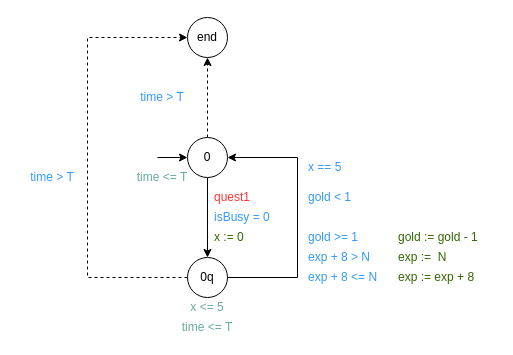
Reynault/Model_Checking keeps this draw.io diagram as doc/img/simple_model_pta_quest_1.drawio. Above is the earlier version. Source tidied: cells renumbered, new cells numbered last; positions are measured from the earlier drawing's top-left corner, leaving out a move shared by most shapes. Both pictures are drawn from the tidied source at 100%, with x=0, y=0 at pixel (17, 17).
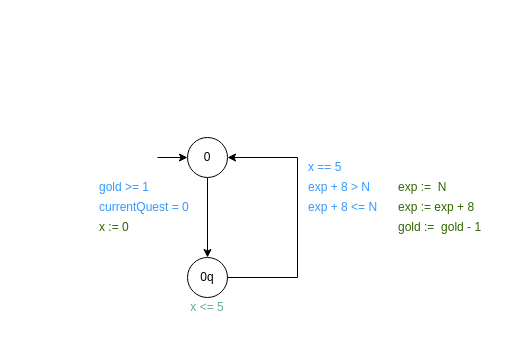
Above is the later version.

Unchanged cells that the change refers to:
```xml
<mxCell id="4" value="0" style="ellipse;whiteSpace=wrap;html=1;" parent="1" vertex="1">
  <mxGeometry x="170" y="120" width="40" height="40" as="geometry" />
</mxCell>
<mxCell id="9" value="0q" style="ellipse;whiteSpace=wrap;html=1;" parent="1" vertex="1">
  <mxGeometry x="170" y="240" width="40" height="40" as="geometry" />
</mxCell>
```

Change to the diagram source:
```diff
@@
-    <mxCell id="3" style="edgeStyle=orthogonalEdgeStyle;rounded=0;jettySize=auto;html=1;entryX=0.5;entryY=1;entryDx=0;entryDy=0;dashed=1;" parent="1" edge="1" source="4" target="6">
-      <mxGeometry relative="1" as="geometry" />
-    </mxCell>
@@
-    <mxCell id="6" value="end" style="ellipse;whiteSpace=wrap;html=1;" parent="1" vertex="1">
-      <mxGeometry x="170" width="40" height="40" as="geometry" />
-    </mxCell>
-    <mxCell id="7" value="time &amp;lt;= T" style="text;html=1;strokeColor=none;fillColor=none;align=center;verticalAlign=middle;whiteSpace=wrap;rounded=0;fontColor=#67AB9F;" parent="1" vertex="1">
-      <mxGeometry x="110" y="150" width="70" height="20" as="geometry" />
-    </mxCell>
-    <mxCell id="8" style="edgeStyle=orthogonalEdgeStyle;rounded=0;jettySize=auto;html=1;dashed=1;" parent="1" edge="1" source="9" target="6">
-      <mxGeometry relative="1" as="geometry">
-        <Array as="points">
-          <mxPoint x="70" y="260" />
-          <mxPoint x="70" y="20" />
-        </Array>
-      </mxGeometry>
-    </mxCell>
@@
     <mxCell id="11" value="x := 0" style="text;html=1;strokeColor=none;fillColor=none;align=left;verticalAlign=middle;whiteSpace=wrap;rounded=0;labelBackgroundColor=none;fontColor=#336600;" parent="1" vertex="1">
-      <mxGeometry x="195" y="210" width="60" height="20" as="geometry" />
+      <mxGeometry x="80" y="200" width="60" height="20" as="geometry" />
     </mxCell>
@@
-    <mxCell id="13" value="time &amp;gt; T" style="text;html=1;strokeColor=none;fillColor=none;align=center;verticalAlign=middle;whiteSpace=wrap;rounded=0;fontColor=#3399FF;" parent="1" vertex="1">
-      <mxGeometry y="150" width="70" height="20" as="geometry" />
-    </mxCell>
-    <mxCell id="14" value="time &amp;lt;= T" style="text;html=1;strokeColor=none;fillColor=none;align=center;verticalAlign=middle;whiteSpace=wrap;rounded=0;fontColor=#67AB9F;" parent="1" vertex="1">
-      <mxGeometry x="155" y="300" width="70" height="20" as="geometry" />
-    </mxCell>
-    <mxCell id="15" value="time &amp;gt; T" style="text;html=1;strokeColor=none;fillColor=none;align=center;verticalAlign=middle;whiteSpace=wrap;rounded=0;fontColor=#3399FF;" parent="1" vertex="1">
-      <mxGeometry x="110" y="70" width="70" height="20" as="geometry" />
-    </mxCell>
@@
-    <mxCell id="17" value="gold := gold - 1" style="text;html=1;strokeColor=none;fillColor=none;align=left;verticalAlign=middle;whiteSpace=wrap;rounded=0;fontColor=#336600;" parent="1" vertex="1">
-      <mxGeometry x="379" y="210" width="100" height="20" as="geometry" />
-    </mxCell>
     <mxCell id="18" value="&lt;font color=&quot;#3399ff&quot;&gt;gold &amp;gt;= 1&lt;/font&gt;" style="text;html=1;strokeColor=none;fillColor=none;align=left;verticalAlign=middle;whiteSpace=wrap;rounded=0;fontColor=#336600;" parent="1" vertex="1">
-      <mxGeometry x="289" y="210" width="60" height="20" as="geometry" />
+      <mxGeometry x="80" y="160" width="60" height="20" as="geometry" />
     </mxCell>
-    <mxCell id="19" value="&lt;font color=&quot;#3399ff&quot;&gt;gold &amp;lt; 1&lt;/font&gt;" style="text;html=1;strokeColor=none;fillColor=none;align=left;verticalAlign=middle;whiteSpace=wrap;rounded=0;fontColor=#336600;" parent="1" vertex="1">
-      <mxGeometry x="289" y="170" width="60" height="20" as="geometry" />
-    </mxCell>
     <mxCell id="20" value="exp := exp + 8" style="text;html=1;strokeColor=none;fillColor=none;align=left;verticalAlign=middle;whiteSpace=wrap;rounded=0;fontColor=#336600;" parent="1" vertex="1">
-      <mxGeometry x="379" y="250" width="100" height="20" as="geometry" />
+      <mxGeometry x="379" y="180" width="100" height="20" as="geometry" />
     </mxCell>
     <mxCell id="21" value="&lt;font color=&quot;#3399ff&quot;&gt;exp + 8 &amp;lt;= N&lt;/font&gt;" style="text;html=1;strokeColor=none;fillColor=none;align=left;verticalAlign=middle;whiteSpace=wrap;rounded=0;fontColor=#336600;" parent="1" vertex="1">
-      <mxGeometry x="289" y="250" width="80" height="20" as="geometry" />
+      <mxGeometry x="289" y="180" width="80" height="20" as="geometry" />
     </mxCell>
     <mxCell id="22" value="exp :=&amp;nbsp; N" style="text;html=1;strokeColor=none;fillColor=none;align=left;verticalAlign=middle;whiteSpace=wrap;rounded=0;fontColor=#336600;" parent="1" vertex="1">
-      <mxGeometry x="379" y="230" width="100" height="20" as="geometry" />
+      <mxGeometry x="379" y="160" width="100" height="20" as="geometry" />
     </mxCell>
     <mxCell id="23" value="&lt;font color=&quot;#3399ff&quot;&gt;exp + 8 &amp;gt; N&lt;/font&gt;" style="text;html=1;strokeColor=none;fillColor=none;align=left;verticalAlign=middle;whiteSpace=wrap;rounded=0;fontColor=#336600;" parent="1" vertex="1">
-      <mxGeometry x="289" y="230" width="70" height="20" as="geometry" />
+      <mxGeometry x="289" y="160" width="70" height="20" as="geometry" />
     </mxCell>
-    <mxCell id="24" value="quest1" style="text;html=1;strokeColor=none;fillColor=none;align=center;verticalAlign=middle;whiteSpace=wrap;rounded=0;fontColor=#FF3333;" parent="1" vertex="1">
-      <mxGeometry x="195" y="170" width="40" height="20" as="geometry" />
-    </mxCell>
-    <mxCell id="25" value="isBusy = 0" style="text;html=1;strokeColor=none;fillColor=none;align=left;verticalAlign=middle;whiteSpace=wrap;rounded=0;labelBackgroundColor=none;fontColor=#3399FF;" parent="1" vertex="1">
-      <mxGeometry x="195" y="190" width="65" height="20" as="geometry" />
+    <mxCell id="25" value="currentQuest = 0" style="text;html=1;strokeColor=none;fillColor=none;align=left;verticalAlign=middle;whiteSpace=wrap;rounded=0;labelBackgroundColor=none;fontColor=#3399FF;" parent="1" vertex="1">
+      <mxGeometry x="80" y="180" width="105" height="20" as="geometry" />
     </mxCell>
+    <mxCell id="17" value="gold :=&amp;nbsp; gold - 1" style="text;html=1;strokeColor=none;fillColor=none;align=left;verticalAlign=middle;whiteSpace=wrap;rounded=0;fontColor=#336600;" parent="1" vertex="1">
+      <mxGeometry x="379" y="200" width="100" height="20" as="geometry" />
+    </mxCell>
```
